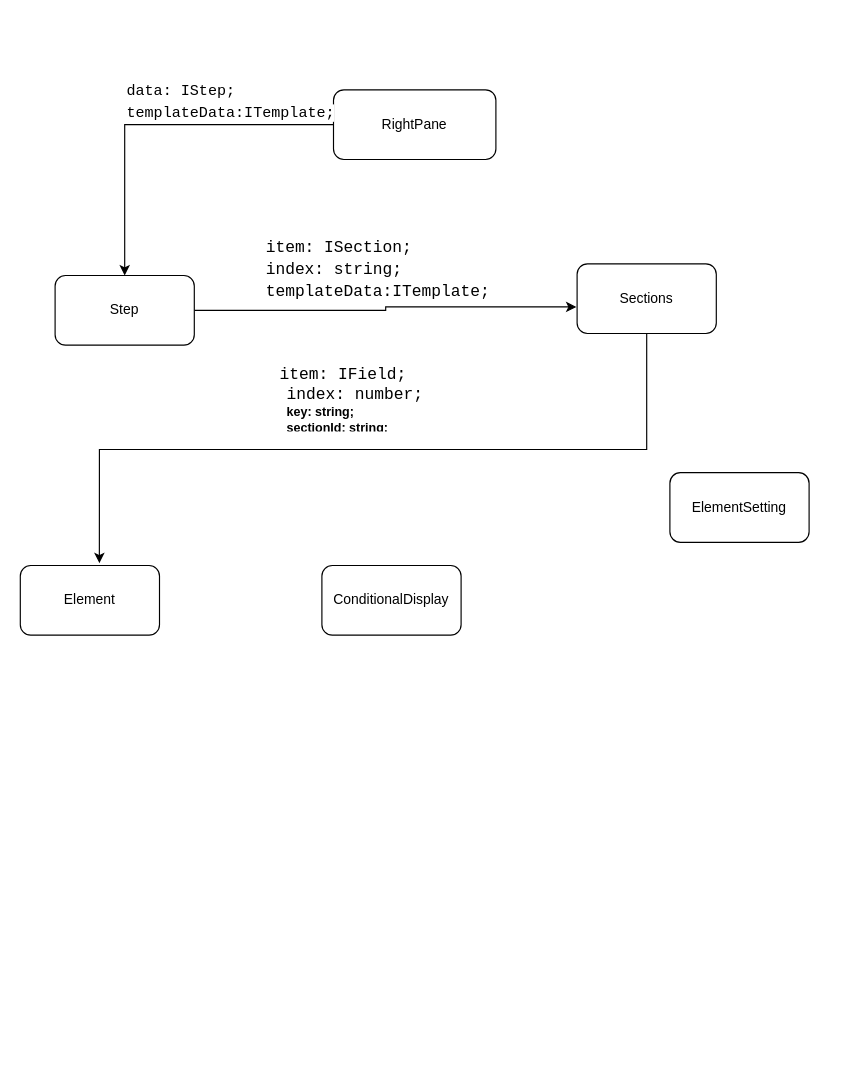
Kumaresh1/Diagrams keeps this draw.io diagram as Untitled Diagram.drawio. Above is the earlier version. Source tidied: cells renumbered, new cells numbered last; positions are measured from the earlier drawing's top-left corner, leaving out a move shared by most shapes. Both pictures are drawn from the tidied source at 116%, with x=0, y=0 at pixel (20, 78).
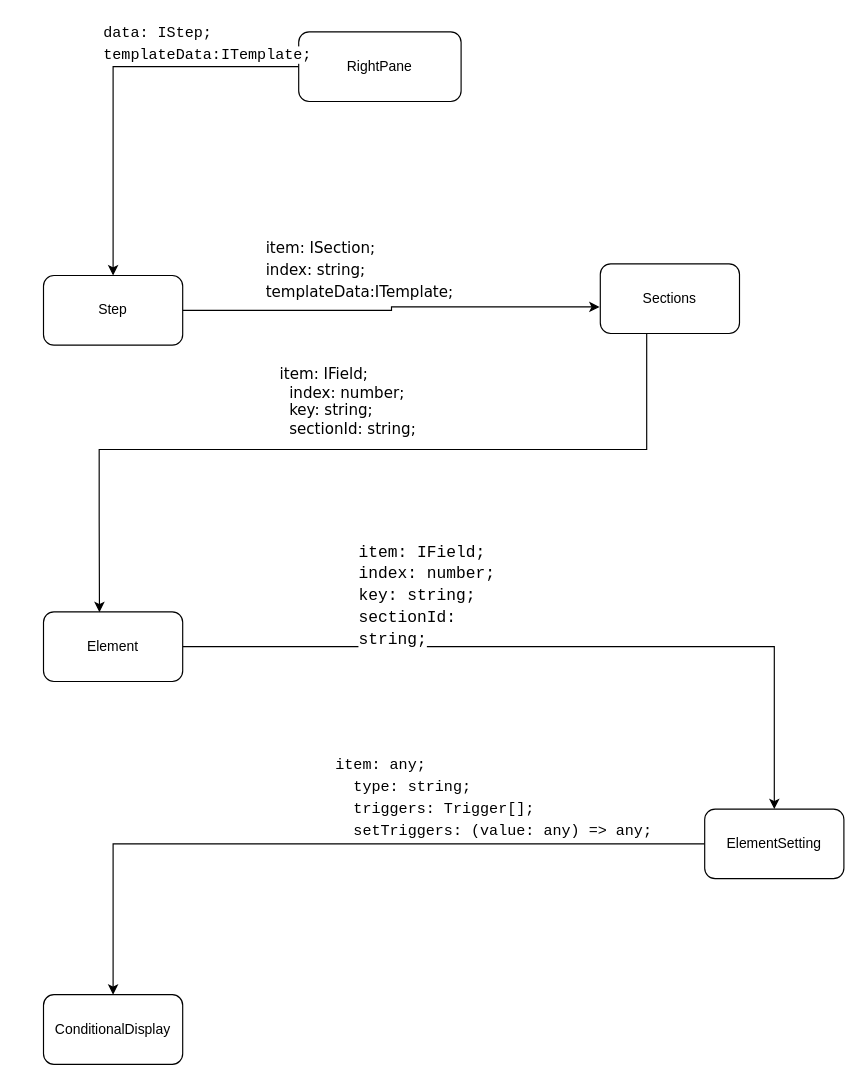
The same page after the edit.

Commit message:
Props_Flow_RightPane

Diff of the diagram source:
```diff
@@
     <mxCell id="3" value="RightPane" style="rounded=1;whiteSpace=wrap;html=1;" parent="1" vertex="1">
-      <mxGeometry x="270" y="10" width="140" height="60" as="geometry" />
+      <mxGeometry x="240" y="-40" width="140" height="60" as="geometry" />
     </mxCell>
+    <mxCell id="14" style="edgeStyle=orthogonalEdgeStyle;rounded=0;jettySize=auto;html=1;entryX=0.5;entryY=0;entryDx=0;entryDy=0;fontFamily=Verdana;fontSize=13;fontColor=#000000;" parent="1" edge="1" source="4" target="6">
+      <mxGeometry relative="1" as="geometry">
+        <Array as="points">
+          <mxPoint x="610" y="660" />
+          <mxPoint x="90" y="660" />
+        </Array>
+      </mxGeometry>
+    </mxCell>
     <mxCell id="4" value="ElementSetting" style="rounded=1;whiteSpace=wrap;html=1;" parent="1" vertex="1">
-      <mxGeometry x="560" y="340" width="120" height="60" as="geometry" />
+      <mxGeometry x="590" y="630" width="120" height="60" as="geometry" />
     </mxCell>
+    <mxCell id="15" style="edgeStyle=orthogonalEdgeStyle;rounded=0;jettySize=auto;html=1;entryX=0.5;entryY=0;entryDx=0;entryDy=0;fontColor=#000000;" parent="1" edge="1" source="5" target="4">
+      <mxGeometry relative="1" as="geometry" />
+    </mxCell>
     <mxCell id="5" value="Element" style="rounded=1;whiteSpace=wrap;html=1;" parent="1" vertex="1">
-      <mxGeometry y="420" width="120" height="60" as="geometry" />
+      <mxGeometry x="20" y="460" width="120" height="60" as="geometry" />
     </mxCell>
     <mxCell id="6" value="ConditionalDisplay" style="rounded=1;whiteSpace=wrap;html=1;" parent="1" vertex="1">
-      <mxGeometry x="260" y="420" width="120" height="60" as="geometry" />
+      <mxGeometry x="20" y="790" width="120" height="60" as="geometry" />
     </mxCell>
@@
     <mxCell id="8" value="Step" style="rounded=1;whiteSpace=wrap;html=1;" parent="1" vertex="1">
-      <mxGeometry x="30" y="170" width="120" height="60" as="geometry" />
+      <mxGeometry x="20" y="170" width="120" height="60" as="geometry" />
     </mxCell>
-    <mxCell id="9" style="edgeStyle=orthogonalEdgeStyle;rounded=0;jettySize=auto;html=1;entryX=0.568;entryY=-0.034;entryDx=0;entryDy=0;entryPerimeter=0;fontSize=13;fontColor=#000000;" parent="1" edge="1" source="10" target="5">
+    <mxCell id="9" style="edgeStyle=orthogonalEdgeStyle;rounded=0;jettySize=auto;html=1;fontSize=13;fontColor=#000000;entryX=0.402;entryY=0.004;entryDx=0;entryDy=0;entryPerimeter=0;" parent="1" edge="1" source="10" target="5">
       <mxGeometry relative="1" as="geometry">
         <Array as="points">
           <mxPoint x="540" y="320" />
           <mxPoint x="68" y="320" />
+          <mxPoint x="68" y="380" />
         </Array>
       </mxGeometry>
     </mxCell>
     <mxCell id="10" value="Sections" style="rounded=1;whiteSpace=wrap;html=1;" parent="1" vertex="1">
-      <mxGeometry x="480" y="160" width="120" height="60" as="geometry" />
+      <mxGeometry x="500" y="160" width="120" height="60" as="geometry" />
     </mxCell>
     <mxCell id="11" value="&lt;div style=&quot;font-family: &amp;#34;consolas&amp;#34; , &amp;#34;courier new&amp;#34; , monospace ; font-size: 13px ; line-height: 19px&quot;&gt;&lt;div&gt;&lt;span style=&quot;background-color: rgb(255 , 255 , 255)&quot;&gt;&lt;font style=&quot;font-size: 13px&quot;&gt;data: IStep;&lt;/font&gt;&lt;/span&gt;&lt;/div&gt;&lt;div&gt;&lt;span style=&quot;background-color: rgb(255 , 255 , 255)&quot;&gt;&lt;font style=&quot;font-size: 13px&quot;&gt;templateData:ITemplate;&lt;/font&gt;&lt;/span&gt;&lt;/div&gt;&lt;/div&gt;" style="text;html=1;strokeColor=none;fillColor=none;align=left;verticalAlign=middle;whiteSpace=wrap;rounded=0;" parent="1" vertex="1">
-      <mxGeometry x="90" width="170" height="40" as="geometry" />
+      <mxGeometry x="70" y="-50" width="170" height="40" as="geometry" />
     </mxCell>
-    <mxCell id="12" value="&lt;div style=&quot;font-family: &amp;#34;consolas&amp;#34; , &amp;#34;courier new&amp;#34; , monospace ; font-size: 14px ; line-height: 19px&quot;&gt;&lt;div&gt;&lt;br&gt;&lt;/div&gt;&lt;div&gt;&lt;span style=&quot;background-color: rgb(255 , 255 , 255)&quot;&gt;item: ISection;&lt;/span&gt;&lt;/div&gt;&lt;div&gt;&lt;span style=&quot;background-color: rgb(255 , 255 , 255)&quot;&gt;index: string;&lt;/span&gt;&lt;/div&gt;&lt;div&gt;&lt;span style=&quot;background-color: rgb(255 , 255 , 255)&quot;&gt;templateData:ITemplate;&lt;/span&gt;&lt;/div&gt;&lt;/div&gt;" style="text;html=1;strokeColor=none;fillColor=none;align=left;verticalAlign=middle;whiteSpace=wrap;rounded=0;labelBackgroundColor=#FFFFFF;fontSize=13;fontColor=#000000;" parent="1" vertex="1">
+    <mxCell id="12" value="&lt;div style=&quot;line-height: 19px&quot;&gt;&lt;div&gt;&lt;font face=&quot;Verdana&quot; style=&quot;font-size: 13px&quot;&gt;&lt;br&gt;&lt;/font&gt;&lt;/div&gt;&lt;div&gt;&lt;span style=&quot;background-color: rgb(255 , 255 , 255)&quot;&gt;&lt;font face=&quot;Verdana&quot; style=&quot;font-size: 13px&quot;&gt;item: ISection;&lt;/font&gt;&lt;/span&gt;&lt;/div&gt;&lt;div&gt;&lt;span style=&quot;background-color: rgb(255 , 255 , 255)&quot;&gt;&lt;font face=&quot;Verdana&quot; style=&quot;font-size: 13px&quot;&gt;index: string;&lt;/font&gt;&lt;/span&gt;&lt;/div&gt;&lt;div&gt;&lt;span style=&quot;background-color: rgb(255 , 255 , 255)&quot;&gt;&lt;font face=&quot;Verdana&quot; style=&quot;font-size: 13px&quot;&gt;templateData:ITemplate;&lt;/font&gt;&lt;/span&gt;&lt;/div&gt;&lt;/div&gt;" style="text;html=1;strokeColor=none;fillColor=none;align=left;verticalAlign=middle;whiteSpace=wrap;rounded=0;labelBackgroundColor=#FFFFFF;fontSize=13;fontColor=#000000;" parent="1" vertex="1">
       <mxGeometry x="210" y="120" width="180" height="70" as="geometry" />
     </mxCell>
-    <mxCell id="13" value="&lt;h5&gt;&lt;span style=&quot;font-family: &amp;#34;consolas&amp;#34; , &amp;#34;courier new&amp;#34; , monospace ; font-size: 14px ; font-weight: normal&quot;&gt;item&lt;/span&gt;&lt;span style=&quot;font-family: &amp;#34;consolas&amp;#34; , &amp;#34;courier new&amp;#34; , monospace ; font-size: 14px ; font-weight: normal&quot;&gt;: &lt;/span&gt;&lt;span style=&quot;font-family: &amp;#34;consolas&amp;#34; , &amp;#34;courier new&amp;#34; , monospace ; font-size: 14px ; font-weight: normal&quot;&gt;IField&lt;/span&gt;&lt;span style=&quot;font-family: &amp;#34;consolas&amp;#34; , &amp;#34;courier new&amp;#34; , monospace ; font-size: 14px ; font-weight: normal&quot;&gt;;&lt;br&gt;&lt;/span&gt;&amp;nbsp;&amp;nbsp;&lt;span style=&quot;font-family: &amp;#34;consolas&amp;#34; , &amp;#34;courier new&amp;#34; , monospace ; font-size: 14px ; font-weight: normal&quot;&gt;index&lt;/span&gt;&lt;span style=&quot;font-family: &amp;#34;consolas&amp;#34; , &amp;#34;courier new&amp;#34; , monospace ; font-size: 14px ; font-weight: normal&quot;&gt;: &lt;/span&gt;&lt;span style=&quot;font-family: &amp;#34;consolas&amp;#34; , &amp;#34;courier new&amp;#34; , monospace ; font-size: 14px ; font-weight: normal&quot;&gt;number&lt;/span&gt;&lt;span style=&quot;font-family: &amp;#34;consolas&amp;#34; , &amp;#34;courier new&amp;#34; , monospace ; font-size: 14px ; font-weight: normal&quot;&gt;;&lt;br&gt;&lt;/span&gt;&lt;span style=&quot;background-color: rgb(255 , 255 , 255)&quot;&gt;&amp;nbsp; key: string;&lt;br&gt;&lt;/span&gt;&lt;span style=&quot;background-color: rgb(255 , 255 , 255)&quot;&gt;&amp;nbsp; sectionId: string;&lt;/span&gt;&lt;/h5&gt;" style="text;html=1;strokeColor=none;fillColor=none;spacing=5;spacingTop=-20;whiteSpace=wrap;overflow=hidden;rounded=0;labelBackgroundColor=#FFFFFF;fontSize=13;fontColor=#000000;" parent="1" vertex="1">
-      <mxGeometry x="219" y="240" width="135" height="65" as="geometry" />
+    <mxCell id="13" value="&lt;h5&gt;&lt;font face=&quot;Verdana&quot; style=&quot;font-size: 13px ; font-weight: normal&quot;&gt;item: IField;&lt;br&gt;&amp;nbsp;&amp;nbsp;index: number;&lt;br&gt;&lt;span style=&quot;background-color: rgb(255 , 255 , 255)&quot;&gt;&amp;nbsp; key: string;&lt;br&gt;&lt;/span&gt;&lt;span style=&quot;background-color: rgb(255 , 255 , 255)&quot;&gt;&amp;nbsp; sectionId: string;&lt;/span&gt;&lt;/font&gt;&lt;/h5&gt;" style="text;html=1;strokeColor=none;fillColor=none;spacing=5;spacingTop=-20;whiteSpace=wrap;overflow=hidden;rounded=0;labelBackgroundColor=#FFFFFF;fontSize=13;fontColor=#000000;" parent="1" vertex="1">
+      <mxGeometry x="219" y="240" width="171" height="70" as="geometry" />
     </mxCell>
+    <mxCell id="16" value="&lt;font style=&quot;font-size: 14px&quot;&gt;&lt;span style=&quot;background-color: rgb(255 , 255 , 255) ; font-family: &amp;#34;consolas&amp;#34; , &amp;#34;courier new&amp;#34; , monospace&quot;&gt;item: IField;&lt;/span&gt;&lt;span style=&quot;background-color: rgb(255 , 255 , 255)&quot;&gt;&lt;br&gt;&lt;/span&gt;&lt;/font&gt;&lt;div style=&quot;font-family: &amp;#34;consolas&amp;#34; , &amp;#34;courier new&amp;#34; , monospace ; font-weight: normal ; line-height: 19px ; font-size: 14px&quot;&gt;&lt;div&gt;&lt;span style=&quot;background-color: rgb(255 , 255 , 255)&quot;&gt;&lt;font style=&quot;font-size: 14px&quot;&gt;index: number;&lt;/font&gt;&lt;/span&gt;&lt;/div&gt;&lt;div&gt;&lt;span style=&quot;background-color: rgb(255 , 255 , 255)&quot;&gt;&lt;font style=&quot;font-size: 14px&quot;&gt;key: string;&lt;/font&gt;&lt;/span&gt;&lt;/div&gt;&lt;div&gt;&lt;span style=&quot;background-color: rgb(255 , 255 , 255)&quot;&gt;&lt;font style=&quot;font-size: 14px&quot;&gt;sectionId: string;&lt;/font&gt;&lt;/span&gt;&lt;/div&gt;&lt;/div&gt;&lt;span style=&quot;background-color: rgb(255 , 255 , 255) ; font-size: 14px&quot;&gt;&lt;br&gt;&lt;/span&gt;" style="text;html=1;strokeColor=none;fillColor=none;align=left;verticalAlign=middle;whiteSpace=wrap;rounded=0;" parent="1" vertex="1">
+      <mxGeometry x="290" y="410" width="150" height="90" as="geometry" />
+    </mxCell>
+    <mxCell id="17" value="&lt;div style=&quot;font-family: &amp;#34;consolas&amp;#34; , &amp;#34;courier new&amp;#34; , monospace ; font-size: 13px ; line-height: 19px&quot;&gt;&lt;div&gt;&lt;span style=&quot;background-color: rgb(255 , 255 , 255)&quot;&gt;item: any;&lt;/span&gt;&lt;/div&gt;&lt;div&gt;&lt;span style=&quot;background-color: rgb(255 , 255 , 255)&quot;&gt;&amp;nbsp; type: string;&lt;/span&gt;&lt;/div&gt;&lt;div&gt;&lt;span style=&quot;background-color: rgb(255 , 255 , 255)&quot;&gt;&amp;nbsp; triggers: Trigger[];&lt;/span&gt;&lt;/div&gt;&lt;div&gt;&lt;span style=&quot;background-color: rgb(255 , 255 , 255)&quot;&gt;&amp;nbsp; setTriggers: (value: any) =&amp;gt; any;&lt;/span&gt;&lt;/div&gt;&lt;/div&gt;" style="text;html=1;strokeColor=none;fillColor=none;align=left;verticalAlign=middle;whiteSpace=wrap;rounded=0;" parent="1" vertex="1">
+      <mxGeometry x="270" y="580" width="280" height="80" as="geometry" />
+    </mxCell>
```
